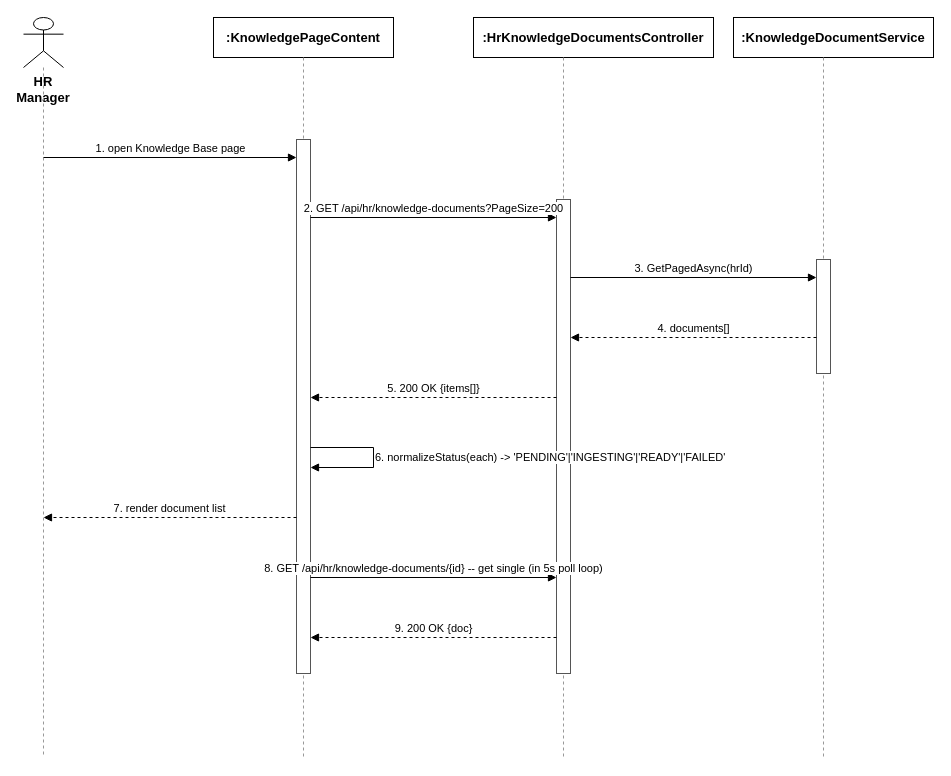
The draw.io diagram docs/qa/Nam_SequenceDiagram/09_KnowledgeBaseManagement_ListGetDocument.drawio in tulklk/AI_Interview_Question_Generation_RAG_LLM_FE, before the edit. Source tidied: cells renumbered, new cells numbered last; positions are measured from the earlier drawing's top-left corner, leaving out a move shared by most shapes. Both pictures are drawn from the tidied source at 100%, with x=0, y=0 at pixel (23, 17).
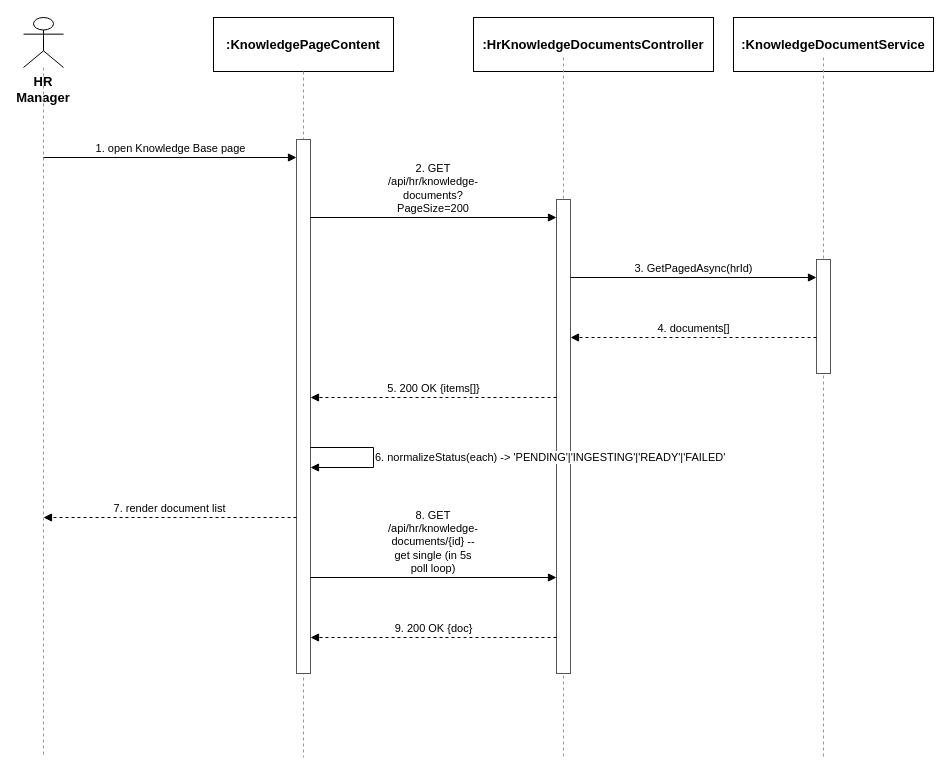
The same diagram, later.

What changed in the source:
```diff
@@
     <mxCell id="4" value=":KnowledgePageContent" style="rounded=0;whiteSpace=wrap;html=1;fontSize=13;fillColor=#ffffff;strokeColor=#000000;fontStyle=1;" parent="1" vertex="1">
-      <mxGeometry x="190" width="180" height="40" as="geometry" />
+      <mxGeometry x="190" width="180" height="54" as="geometry" />
     </mxCell>
     <mxCell id="5" style="endArrow=none;dashed=1;html=1;strokeColor=#999999;" parent="1" edge="1">
       <mxGeometry relative="1" as="geometry">
-        <mxPoint x="280" y="40" as="sourcePoint" />
+        <mxPoint x="280" y="54" as="sourcePoint" />
         <mxPoint x="280" y="740" as="targetPoint" />
       </mxGeometry>
     </mxCell>
     <mxCell id="6" value=":HrKnowledgeDocumentsController" style="rounded=0;whiteSpace=wrap;html=1;fontSize=13;fillColor=#ffffff;strokeColor=#000000;fontStyle=1;" parent="1" vertex="1">
-      <mxGeometry x="450" width="240" height="40" as="geometry" />
+      <mxGeometry x="450" width="240" height="54" as="geometry" />
     </mxCell>
@@
     <mxCell id="8" value=":KnowledgeDocumentService" style="rounded=0;whiteSpace=wrap;html=1;fontSize=13;fillColor=#ffffff;strokeColor=#000000;fontStyle=1;" parent="1" vertex="1">
-      <mxGeometry x="710" width="200" height="40" as="geometry" />
+      <mxGeometry x="710" width="200" height="54" as="geometry" />
     </mxCell>
@@
-    <mxCell id="14" value="2. GET /api/hr/knowledge-documents?PageSize=200" style="endArrow=block;endFill=1;html=1;fontSize=11;align=center;verticalAlign=bottom;labelBackgroundColor=#ffffff;strokeColor=#000000;" parent="1" edge="1">
+    <mxCell id="14" value="2. GET /api/hr/knowledge-documents?PageSize=200" style="endArrow=block;endFill=1;html=1;whiteSpace=wrap;fontSize=11;align=center;verticalAlign=bottom;labelBackgroundColor=#ffffff;strokeColor=#000000;" parent="1" edge="1">
       <mxGeometry relative="1" as="geometry">
         <mxPoint x="287" y="200" as="sourcePoint" />
         <mxPoint x="533" y="200" as="targetPoint" />
       </mxGeometry>
     </mxCell>
@@
-    <mxCell id="20" value="8. GET /api/hr/knowledge-documents/{id}   -- get single (in 5s poll loop)" style="endArrow=block;endFill=1;html=1;fontSize=11;align=center;verticalAlign=bottom;labelBackgroundColor=#ffffff;strokeColor=#000000;" parent="1" edge="1">
+    <mxCell id="20" value="8. GET /api/hr/knowledge-documents/{id}   -- get single (in 5s poll loop)" style="endArrow=block;endFill=1;html=1;whiteSpace=wrap;fontSize=11;align=center;verticalAlign=bottom;labelBackgroundColor=#ffffff;strokeColor=#000000;" parent="1" edge="1">
       <mxGeometry relative="1" as="geometry">
         <mxPoint x="287" y="560" as="sourcePoint" />
         <mxPoint x="533" y="560" as="targetPoint" />
       </mxGeometry>
     </mxCell>
```
